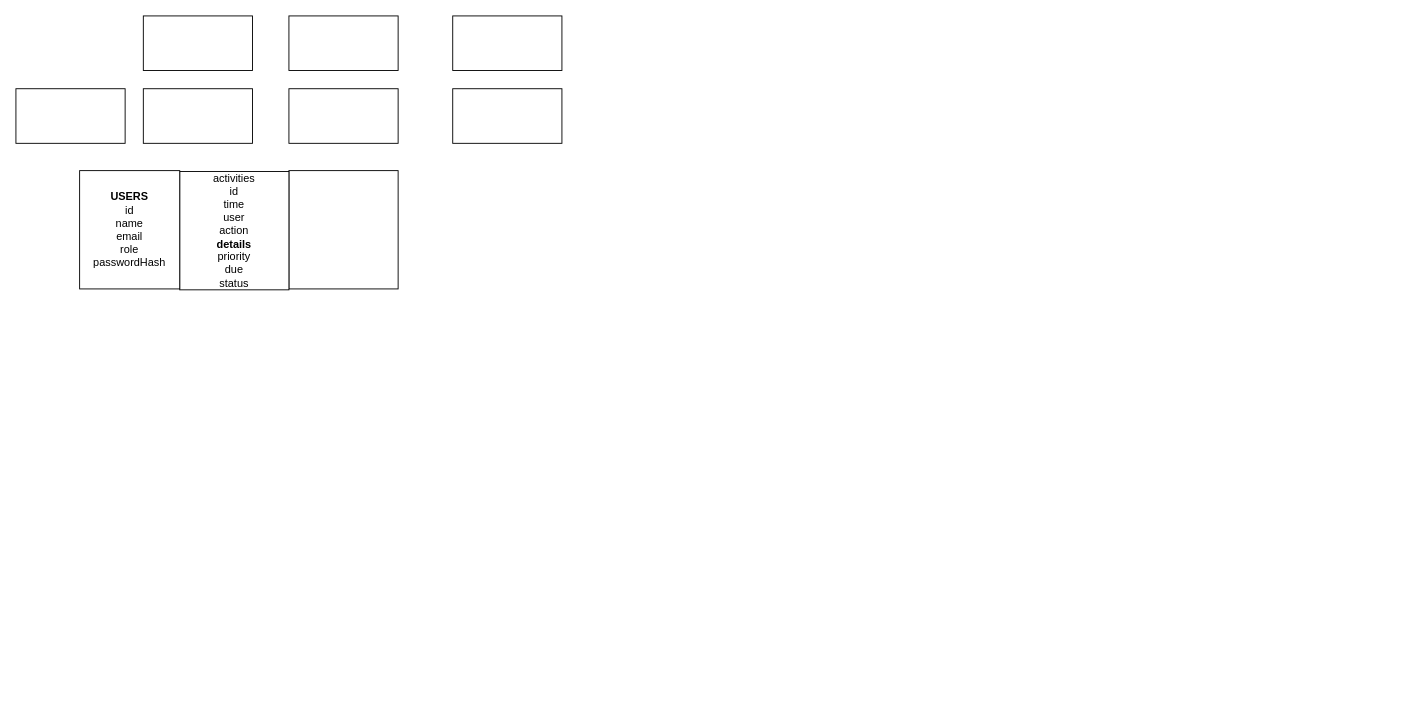
Earlier version of the draw.io diagram design/design.drawio (Justkim030/Moducare). Source tidied: cells renumbered, new cells numbered last; positions are measured from the earlier drawing's top-left corner, leaving out a move shared by most shapes. Both pictures are drawn from the tidied source at 91%, with x=0, y=0 at pixel (15, 15).
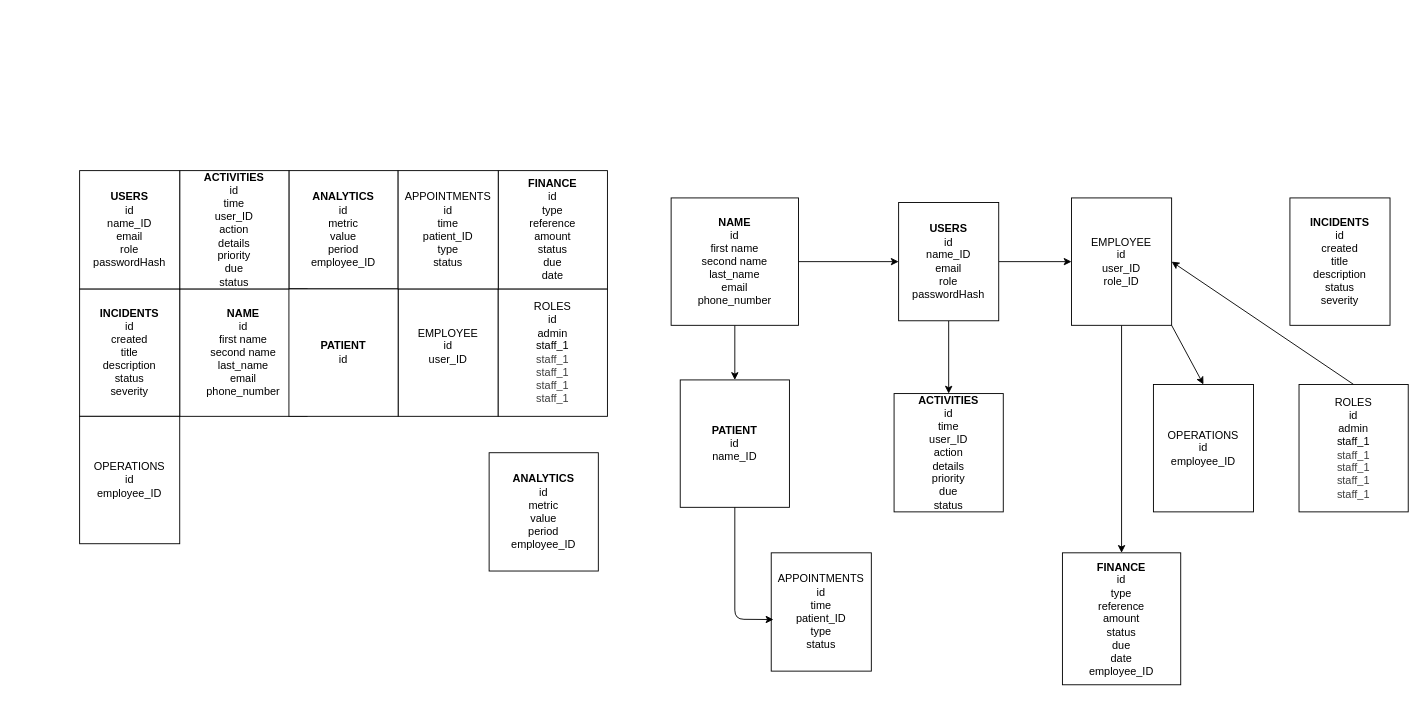
After the change.

The edit, as a diff of the source:
```diff
@@
-    <mxCell id="2" style="rounded=0;whiteSpace=wrap;html=1;" parent="1" vertex="1">
-      <mxGeometry x="480" y="80" width="120" height="60" as="geometry" />
+    <mxCell id="2" value="EMPLOYEE&lt;div&gt;id&lt;/div&gt;&lt;div&gt;user_ID&lt;/div&gt;&lt;div&gt;&lt;br&gt;&lt;/div&gt;" style="rounded=0;whiteSpace=wrap;html=1;" parent="1" vertex="1">
+      <mxGeometry x="420" y="300" width="110" height="140" as="geometry" />
     </mxCell>
-    <mxCell id="3" style="rounded=0;whiteSpace=wrap;html=1;" parent="1" vertex="1">
-      <mxGeometry x="480" width="120" height="60" as="geometry" />
+    <mxCell id="3" value="ROLES&lt;div&gt;id&lt;/div&gt;&lt;div&gt;admin&lt;/div&gt;&lt;div&gt;staff_1&lt;/div&gt;&lt;div&gt;&lt;span style=&quot;color: rgb(63, 63, 63);&quot;&gt;staff_1&lt;/span&gt;&lt;/div&gt;&lt;div&gt;&lt;span style=&quot;color: rgb(63, 63, 63);&quot;&gt;staff_1&lt;/span&gt;&lt;span style=&quot;color: rgb(63, 63, 63);&quot;&gt;&lt;/span&gt;&lt;/div&gt;&lt;div&gt;&lt;span style=&quot;color: rgb(63, 63, 63);&quot;&gt;staff_1&lt;/span&gt;&lt;span style=&quot;color: rgb(63, 63, 63);&quot;&gt;&lt;/span&gt;&lt;/div&gt;&lt;div&gt;&lt;span style=&quot;color: rgb(63, 63, 63);&quot;&gt;staff_1&lt;/span&gt;&lt;span style=&quot;color: rgb(63, 63, 63);&quot;&gt;&lt;/span&gt;&lt;/div&gt;" style="rounded=0;whiteSpace=wrap;html=1;" parent="1" vertex="1">
+      <mxGeometry x="530" y="300" width="120" height="140" as="geometry" />
     </mxCell>
-    <mxCell id="4" style="rounded=0;whiteSpace=wrap;html=1;fontStyle=1;" parent="1" vertex="1">
+    <mxCell id="4" value="ANALYTICS&lt;div&gt;&lt;span style=&quot;font-weight: normal;&quot;&gt;id&lt;/span&gt;&lt;/div&gt;&lt;div&gt;&lt;span style=&quot;font-weight: normal;&quot;&gt;metric&lt;/span&gt;&lt;/div&gt;&lt;div&gt;&lt;span style=&quot;font-weight: normal;&quot;&gt;value&lt;/span&gt;&lt;/div&gt;&lt;div&gt;&lt;span style=&quot;font-weight: normal;&quot;&gt;period&lt;/span&gt;&lt;/div&gt;&lt;div&gt;&lt;span style=&quot;font-weight: 400;&quot;&gt;employee_ID&lt;/span&gt;&lt;/div&gt;" style="rounded=0;whiteSpace=wrap;html=1;fontStyle=1;" parent="1" vertex="1">
       <mxGeometry x="300" y="170" width="120" height="130" as="geometry" />
     </mxCell>
-    <mxCell id="5" style="rounded=0;whiteSpace=wrap;html=1;" parent="1" vertex="1">
-      <mxGeometry x="300" y="80" width="120" height="60" as="geometry" />
+    <mxCell id="5" value="&lt;b&gt;NAME&lt;/b&gt;&lt;div&gt;id&lt;/div&gt;&lt;div&gt;first name&lt;/div&gt;&lt;div&gt;second name&lt;/div&gt;&lt;div&gt;last_name&lt;/div&gt;&lt;div&gt;email&lt;/div&gt;&lt;div&gt;phone_number&lt;/div&gt;" style="rounded=0;whiteSpace=wrap;html=1;" parent="1" vertex="1">
+      <mxGeometry x="180" y="300" width="140" height="140" as="geometry" />
     </mxCell>
-    <mxCell id="6" style="rounded=0;whiteSpace=wrap;html=1;" parent="1" vertex="1">
-      <mxGeometry x="300" width="120" height="60" as="geometry" />
+    <mxCell id="6" value="&lt;b&gt;PATIENT&lt;/b&gt;&lt;div&gt;id&lt;/div&gt;" style="rounded=0;whiteSpace=wrap;html=1;" parent="1" vertex="1">
+      <mxGeometry x="300" y="300" width="120" height="140" as="geometry" />
     </mxCell>
-    <mxCell id="7" style="rounded=0;whiteSpace=wrap;html=1;" parent="1" vertex="1">
-      <mxGeometry x="140" width="120" height="60" as="geometry" />
+    <mxCell id="7" value="&lt;b&gt;INCIDENTS&lt;/b&gt;&lt;div&gt;id&lt;/div&gt;&lt;div&gt;created&lt;/div&gt;&lt;div&gt;title&lt;/div&gt;&lt;div&gt;description&lt;/div&gt;&lt;div&gt;status&lt;/div&gt;&lt;div&gt;severity&lt;/div&gt;" style="rounded=0;whiteSpace=wrap;html=1;" parent="1" vertex="1">
+      <mxGeometry x="70" y="300" width="110" height="140" as="geometry" />
     </mxCell>
-    <mxCell id="8" style="rounded=0;whiteSpace=wrap;html=1;" parent="1" vertex="1">
-      <mxGeometry y="80" width="120" height="60" as="geometry" />
+    <mxCell id="8" value="&lt;b&gt;FINANCE&lt;/b&gt;&lt;div&gt;id&lt;/div&gt;&lt;div&gt;type&lt;/div&gt;&lt;div&gt;reference&lt;/div&gt;&lt;div&gt;amount&lt;/div&gt;&lt;div&gt;status&lt;/div&gt;&lt;div&gt;due&lt;/div&gt;&lt;div&gt;date&lt;/div&gt;" style="rounded=0;whiteSpace=wrap;html=1;" parent="1" vertex="1">
+      <mxGeometry x="530" y="170" width="120" height="130" as="geometry" />
     </mxCell>
-    <mxCell id="9" style="rounded=0;whiteSpace=wrap;html=1;" parent="1" vertex="1">
-      <mxGeometry x="140" y="80" width="120" height="60" as="geometry" />
+    <mxCell id="9" value="APPOINTMENTS&lt;div&gt;id&lt;/div&gt;&lt;div&gt;time&lt;/div&gt;&lt;div&gt;patient_ID&lt;/div&gt;&lt;div&gt;type&lt;/div&gt;&lt;div&gt;status&lt;/div&gt;" style="rounded=0;whiteSpace=wrap;html=1;" parent="1" vertex="1">
+      <mxGeometry x="420" y="170" width="110" height="130" as="geometry" />
     </mxCell>
-    <mxCell id="10" value="activities&lt;div&gt;id&lt;/div&gt;&lt;div&gt;time&lt;/div&gt;&lt;div&gt;user&lt;/div&gt;&lt;div&gt;action&lt;/div&gt;&lt;div&gt;&lt;b&gt;details&lt;/b&gt;&lt;/div&gt;&lt;div&gt;priority&lt;/div&gt;&lt;div&gt;due&lt;/div&gt;&lt;div&gt;status&lt;/div&gt;" style="rounded=0;whiteSpace=wrap;html=1;" parent="1" vertex="1">
-      <mxGeometry x="180" y="171" width="120" height="130" as="geometry" />
+    <mxCell id="10" value="&lt;div&gt;&lt;font color=&quot;#000000&quot;&gt;&lt;b&gt;ACTIVITIES&lt;/b&gt;&lt;/font&gt;&lt;/div&gt;&lt;div&gt;id&lt;/div&gt;&lt;div&gt;time&lt;/div&gt;&lt;div&gt;user_ID&lt;/div&gt;&lt;div&gt;action&lt;/div&gt;&lt;div&gt;details&lt;/div&gt;&lt;div&gt;priority&lt;/div&gt;&lt;div&gt;due&lt;/div&gt;&lt;div&gt;status&lt;/div&gt;" style="rounded=0;whiteSpace=wrap;html=1;" parent="1" vertex="1">
+      <mxGeometry x="180" y="170" width="120" height="130" as="geometry" />
     </mxCell>
-    <mxCell id="11" value="&lt;b&gt;USERS&lt;/b&gt;&lt;div&gt;id&lt;/div&gt;&lt;div&gt;name&lt;/div&gt;&lt;div&gt;email&lt;/div&gt;&lt;div&gt;role&lt;/div&gt;&lt;div&gt;passwordHash&lt;/div&gt;" style="rounded=0;whiteSpace=wrap;html=1;" parent="1" vertex="1">
+    <mxCell id="11" value="&lt;b&gt;USERS&lt;/b&gt;&lt;div&gt;id&lt;/div&gt;&lt;div&gt;name_ID&lt;/div&gt;&lt;div&gt;email&lt;/div&gt;&lt;div&gt;role&lt;/div&gt;&lt;div&gt;passwordHash&lt;/div&gt;" style="rounded=0;whiteSpace=wrap;html=1;" parent="1" vertex="1">
       <mxGeometry x="70" y="170" width="110" height="130" as="geometry" />
     </mxCell>
+    <mxCell id="12" value="&lt;div&gt;OPERATIONS&lt;/div&gt;&lt;div&gt;id&lt;/div&gt;&lt;div&gt;employee_ID&lt;/div&gt;" style="rounded=0;whiteSpace=wrap;html=1;" parent="1" vertex="1">
+      <mxGeometry x="70" y="440" width="110" height="140" as="geometry" />
+    </mxCell>
+    <mxCell id="13" style="edgeStyle=none;html=1;exitX=0.5;exitY=1;exitDx=0;exitDy=0;entryX=0.5;entryY=0;entryDx=0;entryDy=0;" parent="1" edge="1" source="15" target="24">
+      <mxGeometry relative="1" as="geometry" />
+    </mxCell>
+    <mxCell id="14" style="edgeStyle=none;html=1;exitX=1;exitY=1;exitDx=0;exitDy=0;entryX=0.5;entryY=0;entryDx=0;entryDy=0;" parent="1" edge="1" source="15" target="30">
+      <mxGeometry relative="1" as="geometry" />
+    </mxCell>
+    <mxCell id="15" value="EMPLOYEE&lt;div&gt;id&lt;/div&gt;&lt;div&gt;user_ID&lt;/div&gt;&lt;div&gt;role_ID&lt;/div&gt;" style="rounded=0;whiteSpace=wrap;html=1;" parent="1" vertex="1">
+      <mxGeometry x="1160" y="200" width="110" height="140" as="geometry" />
+    </mxCell>
+    <mxCell id="16" style="edgeStyle=none;html=1;exitX=0.5;exitY=0;exitDx=0;exitDy=0;entryX=1;entryY=0.5;entryDx=0;entryDy=0;" parent="1" edge="1" source="17" target="15">
+      <mxGeometry relative="1" as="geometry" />
+    </mxCell>
+    <mxCell id="17" value="ROLES&lt;div&gt;id&lt;/div&gt;&lt;div&gt;admin&lt;/div&gt;&lt;div&gt;staff_1&lt;/div&gt;&lt;div&gt;&lt;span style=&quot;color: rgb(63, 63, 63);&quot;&gt;staff_1&lt;/span&gt;&lt;/div&gt;&lt;div&gt;&lt;span style=&quot;color: rgb(63, 63, 63);&quot;&gt;staff_1&lt;/span&gt;&lt;span style=&quot;color: rgb(63, 63, 63);&quot;&gt;&lt;/span&gt;&lt;/div&gt;&lt;div&gt;&lt;span style=&quot;color: rgb(63, 63, 63);&quot;&gt;staff_1&lt;/span&gt;&lt;span style=&quot;color: rgb(63, 63, 63);&quot;&gt;&lt;/span&gt;&lt;/div&gt;&lt;div&gt;&lt;span style=&quot;color: rgb(63, 63, 63);&quot;&gt;staff_1&lt;/span&gt;&lt;span style=&quot;color: rgb(63, 63, 63);&quot;&gt;&lt;/span&gt;&lt;/div&gt;" style="rounded=0;whiteSpace=wrap;html=1;" parent="1" vertex="1">
+      <mxGeometry x="1410" y="405" width="120" height="140" as="geometry" />
+    </mxCell>
+    <mxCell id="18" value="ANALYTICS&lt;div&gt;&lt;span style=&quot;font-weight: normal;&quot;&gt;id&lt;/span&gt;&lt;/div&gt;&lt;div&gt;&lt;span style=&quot;font-weight: normal;&quot;&gt;metric&lt;/span&gt;&lt;/div&gt;&lt;div&gt;&lt;span style=&quot;font-weight: normal;&quot;&gt;value&lt;/span&gt;&lt;/div&gt;&lt;div&gt;&lt;span style=&quot;font-weight: normal;&quot;&gt;period&lt;/span&gt;&lt;/div&gt;&lt;div&gt;&lt;span style=&quot;font-weight: 400;&quot;&gt;employee_ID&lt;/span&gt;&lt;/div&gt;" style="rounded=0;whiteSpace=wrap;html=1;fontStyle=1;" parent="1" vertex="1">
+      <mxGeometry x="520" y="480" width="120" height="130" as="geometry" />
+    </mxCell>
+    <mxCell id="19" style="edgeStyle=none;html=1;exitX=0.5;exitY=1;exitDx=0;exitDy=0;entryX=0.5;entryY=0;entryDx=0;entryDy=0;" parent="1" edge="1" source="21" target="22">
+      <mxGeometry relative="1" as="geometry" />
+    </mxCell>
+    <mxCell id="20" style="edgeStyle=none;html=1;exitX=1;exitY=0.5;exitDx=0;exitDy=0;entryX=0;entryY=0.5;entryDx=0;entryDy=0;" parent="1" edge="1" source="21" target="29">
+      <mxGeometry relative="1" as="geometry" />
+    </mxCell>
+    <mxCell id="21" value="&lt;b&gt;NAME&lt;/b&gt;&lt;div&gt;id&lt;/div&gt;&lt;div&gt;first name&lt;/div&gt;&lt;div&gt;second name&lt;/div&gt;&lt;div&gt;last_name&lt;/div&gt;&lt;div&gt;email&lt;/div&gt;&lt;div&gt;phone_number&lt;/div&gt;" style="rounded=0;whiteSpace=wrap;html=1;" parent="1" vertex="1">
+      <mxGeometry x="720" y="200" width="140" height="140" as="geometry" />
+    </mxCell>
+    <mxCell id="22" value="&lt;b&gt;PATIENT&lt;/b&gt;&lt;div&gt;id&lt;/div&gt;&lt;div&gt;name_ID&lt;/div&gt;" style="rounded=0;whiteSpace=wrap;html=1;" parent="1" vertex="1">
+      <mxGeometry x="730" y="400" width="120" height="140" as="geometry" />
+    </mxCell>
+    <mxCell id="23" value="&lt;b&gt;INCIDENTS&lt;/b&gt;&lt;div&gt;id&lt;/div&gt;&lt;div&gt;created&lt;/div&gt;&lt;div&gt;title&lt;/div&gt;&lt;div&gt;description&lt;/div&gt;&lt;div&gt;status&lt;/div&gt;&lt;div&gt;severity&lt;/div&gt;" style="rounded=0;whiteSpace=wrap;html=1;" parent="1" vertex="1">
+      <mxGeometry x="1400" y="200" width="110" height="140" as="geometry" />
+    </mxCell>
+    <mxCell id="24" value="&lt;b&gt;FINANCE&lt;/b&gt;&lt;div&gt;id&lt;/div&gt;&lt;div&gt;type&lt;/div&gt;&lt;div&gt;reference&lt;/div&gt;&lt;div&gt;amount&lt;/div&gt;&lt;div&gt;status&lt;/div&gt;&lt;div&gt;due&lt;/div&gt;&lt;div&gt;date&lt;/div&gt;&lt;div&gt;employee_ID&lt;/div&gt;" style="rounded=0;whiteSpace=wrap;html=1;" parent="1" vertex="1">
+      <mxGeometry x="1150" y="590" width="130" height="145" as="geometry" />
+    </mxCell>
+    <mxCell id="25" value="APPOINTMENTS&lt;div&gt;id&lt;/div&gt;&lt;div&gt;time&lt;/div&gt;&lt;div&gt;patient_ID&lt;/div&gt;&lt;div&gt;type&lt;/div&gt;&lt;div&gt;status&lt;/div&gt;" style="rounded=0;whiteSpace=wrap;html=1;" parent="1" vertex="1">
+      <mxGeometry x="830" y="590" width="110" height="130" as="geometry" />
+    </mxCell>
+    <mxCell id="26" value="&lt;div&gt;&lt;font color=&quot;#000000&quot;&gt;&lt;b&gt;ACTIVITIES&lt;/b&gt;&lt;/font&gt;&lt;/div&gt;&lt;div&gt;id&lt;/div&gt;&lt;div&gt;time&lt;/div&gt;&lt;div&gt;user_ID&lt;/div&gt;&lt;div&gt;action&lt;/div&gt;&lt;div&gt;details&lt;/div&gt;&lt;div&gt;priority&lt;/div&gt;&lt;div&gt;due&lt;/div&gt;&lt;div&gt;status&lt;/div&gt;" style="rounded=0;whiteSpace=wrap;html=1;" parent="1" vertex="1">
+      <mxGeometry x="965" y="415" width="120" height="130" as="geometry" />
+    </mxCell>
+    <mxCell id="27" style="edgeStyle=none;html=1;exitX=0.5;exitY=1;exitDx=0;exitDy=0;entryX=0.5;entryY=0;entryDx=0;entryDy=0;" parent="1" edge="1" source="29" target="26">
+      <mxGeometry relative="1" as="geometry" />
+    </mxCell>
+    <mxCell id="28" style="edgeStyle=none;html=1;exitX=1;exitY=0.5;exitDx=0;exitDy=0;entryX=0;entryY=0.5;entryDx=0;entryDy=0;" parent="1" edge="1" source="29" target="15">
+      <mxGeometry relative="1" as="geometry" />
+    </mxCell>
+    <mxCell id="29" value="&lt;b&gt;USERS&lt;/b&gt;&lt;div&gt;id&lt;/div&gt;&lt;div&gt;name_ID&lt;/div&gt;&lt;div&gt;email&lt;/div&gt;&lt;div&gt;role&lt;/div&gt;&lt;div&gt;passwordHash&lt;/div&gt;" style="rounded=0;whiteSpace=wrap;html=1;" parent="1" vertex="1">
+      <mxGeometry x="970" y="205" width="110" height="130" as="geometry" />
+    </mxCell>
+    <mxCell id="30" value="&lt;div&gt;OPERATIONS&lt;/div&gt;&lt;div&gt;id&lt;/div&gt;&lt;div&gt;employee_ID&lt;/div&gt;" style="rounded=0;whiteSpace=wrap;html=1;" parent="1" vertex="1">
+      <mxGeometry x="1250" y="405" width="110" height="140" as="geometry" />
+    </mxCell>
+    <mxCell id="31" style="edgeStyle=none;html=1;exitX=0.5;exitY=1;exitDx=0;exitDy=0;entryX=0.022;entryY=0.564;entryDx=0;entryDy=0;entryPerimeter=0;" parent="1" edge="1" source="22" target="25">
+      <mxGeometry relative="1" as="geometry">
+        <Array as="points">
+          <mxPoint x="790" y="663" />
+        </Array>
+      </mxGeometry>
+    </mxCell>
```
